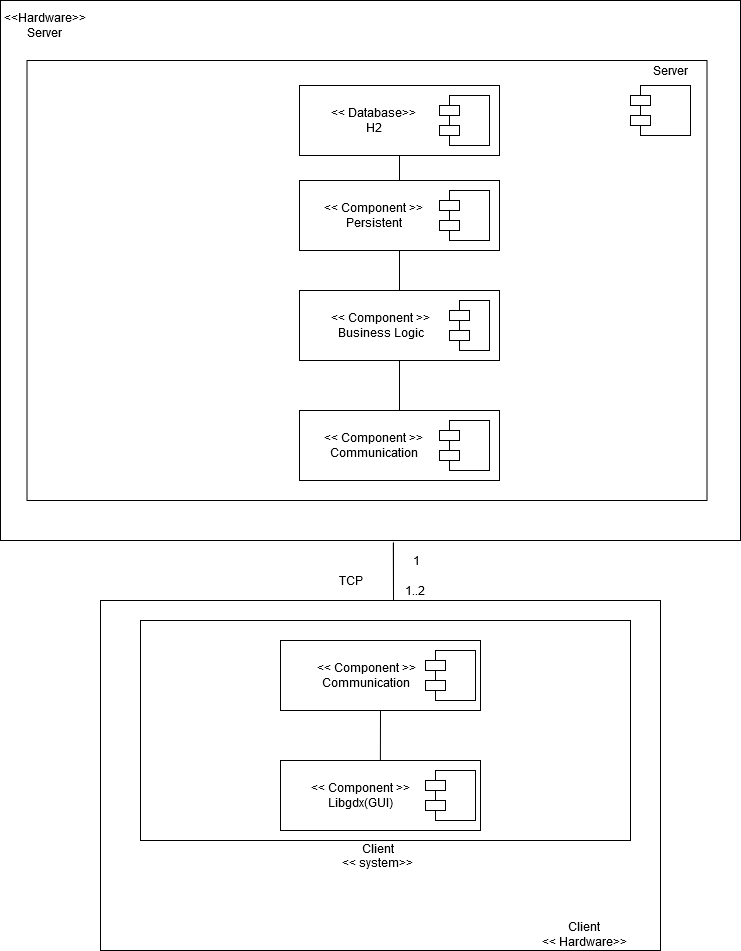
The draw.io diagram Ausfuehrungsicht_Diagram.png in ksreyr/SpaceStudio, before a commit. Source tidied: cells renumbered, new cells last; positions are measured from the earlier drawing's top-left corner, leaving out a move shared by most shapes.
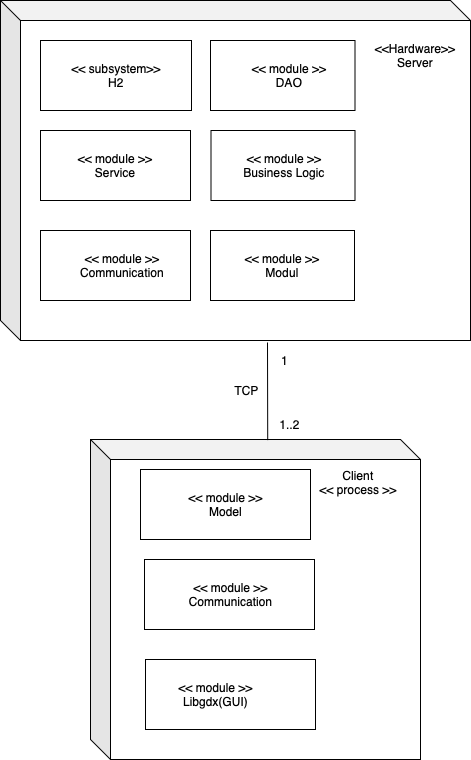
Later version of the same file.

Commit message:
update Ausführungssiht_Diagram

The edit, as a diff of the source:
```diff
@@ -2,160 +2,97 @@
   <root>
     <mxCell id="0" />
     <mxCell id="1" parent="0" />
-    <mxCell id="2" style="rounded=0;whiteSpace=wrap;html=1;" parent="1" vertex="1">
-      <mxGeometry width="740" height="540" as="geometry" />
-    </mxCell>
-    <mxCell id="3" style="rounded=0;whiteSpace=wrap;html=1;" parent="1" vertex="1">
-      <mxGeometry x="100" y="600" width="560" height="350" as="geometry" />
-    </mxCell>
-    <mxCell id="4" style="rounded=0;orthogonalLoop=1;jettySize=auto;html=1;endArrow=halfCircle;endFill=0;endSize=6;strokeWidth=1;" parent="1" edge="1">
-      <mxGeometry relative="1" as="geometry">
-        <mxPoint x="380" y="25" as="sourcePoint" />
-        <mxPoint x="380" y="25" as="targetPoint" />
-      </mxGeometry>
-    </mxCell>
-    <mxCell id="5" style="rounded=0;whiteSpace=wrap;html=1;" parent="1" vertex="1">
-      <mxGeometry x="26.5" y="60" width="680" height="440" as="geometry" />
-    </mxCell>
-    <mxCell id="6" style="shape=module;align=left;spacingLeft=20;align=center;verticalAlign=top;" parent="1" vertex="1">
-      <mxGeometry x="630" y="85" width="60" height="50" as="geometry" />
-    </mxCell>
-    <mxCell id="7" value="Server" style="text;html=1;strokeColor=none;fillColor=none;align=center;verticalAlign=middle;whiteSpace=wrap;rounded=0;" parent="1" vertex="1">
-      <mxGeometry x="650" y="60" width="40" height="20" as="geometry" />
-    </mxCell>
-    <mxCell id="8" style="rounded=0;whiteSpace=wrap;html=1;" parent="1" vertex="1">
-      <mxGeometry x="140" y="620" width="490" height="220" as="geometry" />
-    </mxCell>
-    <mxCell id="9" style="endArrow=none;html=1;exitX=0.531;exitY=1.004;exitDx=0;exitDy=0;exitPerimeter=0;" parent="1" edge="1" source="2">
-      <mxGeometry relative="1" as="geometry">
-        <mxPoint x="393" y="600" as="targetPoint" />
-      </mxGeometry>
-    </mxCell>
-    <mxCell id="10" value="Client&lt;br&gt;&amp;lt;&amp;lt; system&amp;gt;&amp;gt;&lt;br&gt;&lt;div&gt;&lt;br&gt;&lt;/div&gt;&lt;div&gt;&lt;br&gt;&lt;/div&gt;" style="text;html=1;strokeColor=none;fillColor=none;align=center;verticalAlign=middle;whiteSpace=wrap;rounded=0;" parent="1" vertex="1">
-      <mxGeometry x="330" y="860" width="96" height="20" as="geometry" />
-    </mxCell>
-    <mxCell id="11" style="rounded=0;whiteSpace=wrap;html=1;" parent="1" vertex="1">
-      <mxGeometry x="299" y="180" width="200" height="70" as="geometry" />
-    </mxCell>
-    <mxCell id="12" style="shape=module;align=left;spacingLeft=20;align=center;verticalAlign=top;" parent="1" vertex="1">
-      <mxGeometry x="439" y="190" width="50" height="50" as="geometry" />
-    </mxCell>
-    <mxCell id="13" style="rounded=0;whiteSpace=wrap;html=1;" parent="1" vertex="1">
-      <mxGeometry x="299" y="290" width="200" height="70" as="geometry" />
-    </mxCell>
-    <mxCell id="14" style="shape=module;align=left;spacingLeft=20;align=center;verticalAlign=top;" parent="1" vertex="1">
-      <mxGeometry x="449" y="300" width="40" height="50" as="geometry" />
-    </mxCell>
-    <mxCell id="15" value="&amp;lt;&amp;lt; Component &amp;gt;&amp;gt;&lt;br&gt;Business Logic" style="text;html=1;strokeColor=none;fillColor=none;align=center;verticalAlign=middle;whiteSpace=wrap;rounded=0;" parent="1" vertex="1">
-      <mxGeometry x="323" y="309" width="116" height="32" as="geometry" />
-    </mxCell>
-    <mxCell id="16" style="rounded=0;orthogonalLoop=1;jettySize=auto;html=1;endArrow=halfCircle;endFill=0;endSize=6;strokeWidth=1;exitX=0.5;exitY=0;exitDx=0;exitDy=0;" parent="1" edge="1">
-      <mxGeometry relative="1" as="geometry">
-        <mxPoint x="380" y="240" as="sourcePoint" />
-        <mxPoint x="380" y="240" as="targetPoint" />
-      </mxGeometry>
-    </mxCell>
-    <mxCell id="17" value="&amp;lt;&amp;lt; Component &amp;gt;&amp;gt;&lt;br&gt;Persistent" style="text;html=1;strokeColor=none;fillColor=none;align=center;verticalAlign=middle;whiteSpace=wrap;rounded=0;" parent="1" vertex="1">
-      <mxGeometry x="319" y="190" width="110" height="50" as="geometry" />
-    </mxCell>
+    <mxCell id="43" style="shape=cube;whiteSpace=wrap;html=1;boundedLbl=1;backgroundOutline=1;darkOpacity=0.05;darkOpacity2=0.1;" parent="1" vertex="1">
+      <mxGeometry x="240" y="1519" width="330" height="320" as="geometry" />
+    </mxCell>
+    <mxCell id="44" style="shape=cube;whiteSpace=wrap;html=1;boundedLbl=1;backgroundOutline=1;darkOpacity=0.05;darkOpacity2=0.1;" parent="1" vertex="1">
+      <mxGeometry x="150" y="1080" width="470" height="340" as="geometry" />
+    </mxCell>
+    <mxCell id="45" style="rounded=0;orthogonalLoop=1;jettySize=auto;html=1;endArrow=halfCircle;endFill=0;endSize=6;strokeWidth=1;" parent="1" edge="1">
+      <mxGeometry relative="1" as="geometry">
+        <mxPoint x="540" y="1325" as="sourcePoint" />
+        <mxPoint x="540" y="1325" as="targetPoint" />
+      </mxGeometry>
+    </mxCell>
+    <mxCell id="46" style="endArrow=none;html=1;entryX=0.537;entryY=0.002;entryDx=0;entryDy=0;entryPerimeter=0;" parent="1" edge="1" target="43">
+      <mxGeometry relative="1" as="geometry">
+        <mxPoint x="417" y="1422" as="sourcePoint" />
+      </mxGeometry>
+    </mxCell>
+    <mxCell id="47" style="rounded=0;whiteSpace=wrap;html=1;" parent="1" vertex="1">
+      <mxGeometry x="360" y="1120" width="144.5" height="70" as="geometry" />
+    </mxCell>
+    <mxCell id="48" style="rounded=0;whiteSpace=wrap;html=1;" parent="1" vertex="1">
+      <mxGeometry x="190" y="1210" width="150" height="70" as="geometry" />
+    </mxCell>
+    <mxCell id="49" value="&amp;lt;&amp;lt; module &amp;gt;&amp;gt;&lt;br&gt;Service" style="text;html=1;strokeColor=none;fillColor=none;align=center;verticalAlign=middle;whiteSpace=wrap;rounded=0;" parent="1" vertex="1">
+      <mxGeometry x="206.5" y="1229" width="116" height="32" as="geometry" />
+    </mxCell>
+    <mxCell id="50" style="rounded=0;orthogonalLoop=1;jettySize=auto;html=1;endArrow=halfCircle;endFill=0;endSize=6;strokeWidth=1;exitX=0.5;exitY=0;exitDx=0;exitDy=0;" parent="1" edge="1">
+      <mxGeometry relative="1" as="geometry">
+        <mxPoint x="500" y="1529" as="sourcePoint" />
+        <mxPoint x="500" y="1529" as="targetPoint" />
+      </mxGeometry>
+    </mxCell>
+    <mxCell id="51" value="&amp;lt;&amp;lt; module &amp;gt;&amp;gt;&lt;br&gt;DAO" style="text;html=1;strokeColor=none;fillColor=none;align=center;verticalAlign=middle;whiteSpace=wrap;rounded=0;" parent="1" vertex="1">
+      <mxGeometry x="383.5" y="1130" width="110" height="50" as="geometry" />
+    </mxCell>
     <mxCell id="18" value="1" style="text;html=1;align=center;verticalAlign=middle;" parent="1" vertex="1">
-      <mxGeometry x="406" y="550" width="20" height="20" as="geometry" />
+      <mxGeometry x="424" y="1430" width="20" height="20" as="geometry" />
     </mxCell>
     <mxCell id="19" value="1..2" style="text;html=1;align=center;verticalAlign=middle;" parent="1" vertex="1">
-      <mxGeometry x="394" y="580" width="40" height="20" as="geometry" />
+      <mxGeometry x="418.5" y="1494" width="40" height="20" as="geometry" />
     </mxCell>
-    <mxCell id="20" style="rounded=0;whiteSpace=wrap;html=1;" parent="1" vertex="1">
-      <mxGeometry x="280" y="760" width="200" height="70" as="geometry" />
-    </mxCell>
-    <mxCell id="21" style="shape=module;align=left;spacingLeft=20;align=center;verticalAlign=top;" parent="1" vertex="1">
-      <mxGeometry x="425" y="770" width="50" height="50" as="geometry" />
-    </mxCell>
-    <mxCell id="22" value="&amp;lt;&amp;lt; Component &amp;gt;&amp;gt;&lt;br&gt;Libgdx(GUI)" style="text;html=1;strokeColor=none;fillColor=none;align=center;verticalAlign=middle;whiteSpace=wrap;rounded=0;" parent="1" vertex="1">
-      <mxGeometry x="293" y="770" width="135" height="50" as="geometry" />
-    </mxCell>
-    <mxCell id="23" style="rounded=0;whiteSpace=wrap;html=1;" parent="1" vertex="1">
-      <mxGeometry x="280" y="640" width="200" height="70" as="geometry" />
-    </mxCell>
-    <mxCell id="24" style="shape=module;align=left;spacingLeft=20;align=center;verticalAlign=top;" parent="1" vertex="1">
-      <mxGeometry x="425" y="650" width="50" height="50" as="geometry" />
-    </mxCell>
-    <mxCell id="25" value="&amp;lt;&amp;lt; Component &amp;gt;&amp;gt;&lt;br&gt;&lt;div&gt;Communication&lt;/div&gt;" style="text;html=1;strokeColor=none;fillColor=none;align=center;verticalAlign=middle;whiteSpace=wrap;rounded=0;" parent="1" vertex="1">
-      <mxGeometry x="299" y="650" width="135" height="50" as="geometry" />
-    </mxCell>
-    <mxCell id="26" style="endArrow=none;html=1;entryX=0;entryY=0.95;entryDx=0;entryDy=0;entryPerimeter=0;" parent="1" edge="1">
-      <mxGeometry relative="1" as="geometry">
-        <mxPoint x="380" y="710" as="sourcePoint" />
-        <mxPoint x="379.9" y="760" as="targetPoint" />
-      </mxGeometry>
-    </mxCell>
+    <mxCell id="52" style="rounded=0;whiteSpace=wrap;html=1;" parent="1" vertex="1">
+      <mxGeometry x="295" y="1739" width="170" height="70" as="geometry" />
+    </mxCell>
+    <mxCell id="53" value="&amp;lt;&amp;lt; module &amp;gt;&amp;gt;&lt;br&gt;Libgdx(GUI)" style="text;html=1;strokeColor=none;fillColor=none;align=center;verticalAlign=middle;whiteSpace=wrap;rounded=0;" parent="1" vertex="1">
+      <mxGeometry x="298" y="1749" width="135" height="50" as="geometry" />
+    </mxCell>
+    <mxCell id="54" style="rounded=0;whiteSpace=wrap;html=1;" parent="1" vertex="1">
+      <mxGeometry x="294" y="1639" width="170" height="70" as="geometry" />
+    </mxCell>
+    <mxCell id="55" value="&amp;lt;&amp;lt; module &amp;gt;&amp;gt;&lt;br&gt;&lt;div&gt;Communication&lt;/div&gt;" style="text;html=1;strokeColor=none;fillColor=none;align=center;verticalAlign=middle;whiteSpace=wrap;rounded=0;" parent="1" vertex="1">
+      <mxGeometry x="313" y="1649" width="135" height="50" as="geometry" />
+    </mxCell>
     <mxCell id="27" value="&lt;div&gt;TCP&lt;/div&gt;" style="text;html=1;align=center;verticalAlign=middle;" parent="1" vertex="1">
-      <mxGeometry x="330" y="570" width="40" height="20" as="geometry" />
+      <mxGeometry x="376" y="1460" width="40" height="20" as="geometry" />
     </mxCell>
-    <mxCell id="28" value="Client&lt;br&gt;&amp;lt;&amp;lt; Hardware&amp;gt;&amp;gt;" style="text;html=1;strokeColor=none;fillColor=none;align=center;verticalAlign=middle;whiteSpace=wrap;rounded=0;" parent="1" vertex="1">
-      <mxGeometry x="539" y="919" width="91" height="30" as="geometry" />
-    </mxCell>
-    <mxCell id="29" style="rounded=0;whiteSpace=wrap;html=1;" parent="1" vertex="1">
-      <mxGeometry x="299" y="410" width="200" height="70" as="geometry" />
-    </mxCell>
-    <mxCell id="30" style="shape=module;align=left;spacingLeft=20;align=center;verticalAlign=top;" parent="1" vertex="1">
-      <mxGeometry x="439" y="420" width="50" height="50" as="geometry" />
-    </mxCell>
-    <mxCell id="31" value="&amp;lt;&amp;lt; Component &amp;gt;&amp;gt;&lt;br&gt;Communication" style="text;html=1;strokeColor=none;fillColor=none;align=center;verticalAlign=middle;whiteSpace=wrap;rounded=0;" parent="1" vertex="1">
-      <mxGeometry x="319" y="420" width="110" height="50" as="geometry" />
-    </mxCell>
-    <mxCell id="32" style="rounded=0;whiteSpace=wrap;html=1;" parent="1" vertex="1">
-      <mxGeometry x="299" y="85" width="200" height="70" as="geometry" />
-    </mxCell>
-    <mxCell id="33" style="shape=module;align=left;spacingLeft=20;align=center;verticalAlign=top;" parent="1" vertex="1">
-      <mxGeometry x="439" y="95" width="50" height="50" as="geometry" />
-    </mxCell>
-    <mxCell id="34" value="&amp;lt;&amp;lt; Database&amp;gt;&amp;gt;&lt;br&gt;H2" style="text;html=1;strokeColor=none;fillColor=none;align=center;verticalAlign=middle;whiteSpace=wrap;rounded=0;" parent="1" vertex="1">
-      <mxGeometry x="319" y="95" width="110" height="50" as="geometry" />
-    </mxCell>
+    <mxCell id="56" style="rounded=0;whiteSpace=wrap;html=1;" parent="1" vertex="1">
+      <mxGeometry x="190" y="1310" width="150" height="70" as="geometry" />
+    </mxCell>
+    <mxCell id="57" value="&amp;lt;&amp;lt; module &amp;gt;&amp;gt;&lt;br&gt;Communication" style="text;html=1;strokeColor=none;fillColor=none;align=center;verticalAlign=middle;whiteSpace=wrap;rounded=0;" parent="1" vertex="1">
+      <mxGeometry x="216.5" y="1320" width="110" height="50" as="geometry" />
+    </mxCell>
+    <mxCell id="58" style="rounded=0;whiteSpace=wrap;html=1;" parent="1" vertex="1">
+      <mxGeometry x="190" y="1120" width="151" height="70" as="geometry" />
+    </mxCell>
+    <mxCell id="59" value="&amp;lt;&amp;lt; subsystem&amp;gt;&amp;gt;&lt;br&gt;H2" style="text;html=1;strokeColor=none;fillColor=none;align=center;verticalAlign=middle;whiteSpace=wrap;rounded=0;" parent="1" vertex="1">
+      <mxGeometry x="210.5" y="1130" width="110" height="50" as="geometry" />
+    </mxCell>
     <mxCell id="35" value="&lt;div&gt;&amp;lt;&amp;lt;Hardware&amp;gt;&amp;gt;&lt;/div&gt;&lt;div&gt;Server&lt;br&gt;&lt;/div&gt;" style="text;html=1;strokeColor=none;fillColor=none;align=center;verticalAlign=middle;whiteSpace=wrap;rounded=0;" parent="1" vertex="1">
-      <mxGeometry width="90" height="50" as="geometry" />
+      <mxGeometry x="520" y="1110" width="90" height="50" as="geometry" />
     </mxCell>
-    <mxCell id="36" style="endArrow=none;html=1;exitX=0.531;exitY=1.004;exitDx=0;exitDy=0;exitPerimeter=0;" parent="1" edge="1">
-      <mxGeometry relative="1" as="geometry">
-        <mxPoint x="392.9" y="542.2" as="sourcePoint" />
-        <mxPoint x="393" y="600" as="targetPoint" />
-      </mxGeometry>
-    </mxCell>
-    <mxCell id="37" style="endArrow=none;html=1;exitX=0.531;exitY=1.004;exitDx=0;exitDy=0;exitPerimeter=0;" parent="1" edge="1">
-      <mxGeometry relative="1" as="geometry">
-        <mxPoint x="392.9" y="542.2" as="sourcePoint" />
-        <mxPoint x="393" y="600" as="targetPoint" />
-      </mxGeometry>
-    </mxCell>
-    <mxCell id="38" style="endArrow=none;html=1;exitX=0.5;exitY=0;exitDx=0;exitDy=0;entryX=0.5;entryY=1;entryDx=0;entryDy=0;" parent="1" edge="1" source="13" target="11">
-      <mxGeometry relative="1" as="geometry" />
-    </mxCell>
-    <mxCell id="39" style="endArrow=none;html=1;exitX=0.5;exitY=0;exitDx=0;exitDy=0;entryX=0.5;entryY=1;entryDx=0;entryDy=0;" parent="1" edge="1">
-      <mxGeometry relative="1" as="geometry">
-        <mxPoint x="399" y="290" as="sourcePoint" />
-        <mxPoint x="399" y="250" as="targetPoint" />
-        <Array as="points">
-          <mxPoint x="399" y="270" />
-        </Array>
-      </mxGeometry>
-    </mxCell>
-    <mxCell id="40" style="endArrow=none;html=1;exitX=0.5;exitY=0;exitDx=0;exitDy=0;entryX=0.5;entryY=1;entryDx=0;entryDy=0;" parent="1" edge="1">
-      <mxGeometry relative="1" as="geometry">
-        <mxPoint x="399" y="290" as="sourcePoint" />
-        <mxPoint x="399" y="250" as="targetPoint" />
-        <Array as="points">
-          <mxPoint x="399" y="270" />
-        </Array>
-      </mxGeometry>
-    </mxCell>
-    <mxCell id="41" style="endArrow=none;html=1;" parent="1" edge="1">
-      <mxGeometry relative="1" as="geometry">
-        <mxPoint x="399" y="180" as="sourcePoint" />
-        <mxPoint x="399" y="155" as="targetPoint" />
-      </mxGeometry>
-    </mxCell>
-    <mxCell id="42" style="endArrow=none;html=1;exitX=0.5;exitY=0;exitDx=0;exitDy=0;" parent="1" edge="1" source="29" target="13">
-      <mxGeometry relative="1" as="geometry" />
-    </mxCell>
+    <mxCell id="60" style="rounded=0;whiteSpace=wrap;html=1;" parent="1" vertex="1">
+      <mxGeometry x="360.5" y="1210" width="144" height="70" as="geometry" />
+    </mxCell>
+    <mxCell id="61" value="&amp;lt;&amp;lt; module &amp;gt;&amp;gt;&lt;br&gt;Business Logic" style="text;html=1;strokeColor=none;fillColor=none;align=center;verticalAlign=middle;whiteSpace=wrap;rounded=0;" parent="1" vertex="1">
+      <mxGeometry x="376" y="1229" width="116" height="32" as="geometry" />
+    </mxCell>
+    <mxCell id="62" value="Client&lt;br&gt;&amp;lt;&amp;lt; process &amp;gt;&amp;gt;&lt;br&gt;&lt;div&gt;&lt;br&gt;&lt;/div&gt;&lt;div&gt;&lt;br&gt;&lt;/div&gt;" style="text;html=1;strokeColor=none;fillColor=none;align=center;verticalAlign=middle;whiteSpace=wrap;rounded=0;" parent="1" vertex="1">
+      <mxGeometry x="460" y="1566" width="96" height="20" as="geometry" />
+    </mxCell>
+    <mxCell id="63" style="rounded=0;whiteSpace=wrap;html=1;" parent="1" vertex="1">
+      <mxGeometry x="360" y="1310" width="144" height="70" as="geometry" />
+    </mxCell>
+    <mxCell id="64" value="&amp;lt;&amp;lt; module &amp;gt;&amp;gt;&lt;br&gt;Modul" style="text;html=1;strokeColor=none;fillColor=none;align=center;verticalAlign=middle;whiteSpace=wrap;rounded=0;" parent="1" vertex="1">
+      <mxGeometry x="373.5" y="1329" width="116" height="32" as="geometry" />
+    </mxCell>
+    <mxCell id="65" style="rounded=0;whiteSpace=wrap;html=1;" parent="1" vertex="1">
+      <mxGeometry x="290" y="1549" width="170" height="70" as="geometry" />
+    </mxCell>
+    <mxCell id="66" value="&amp;lt;&amp;lt; module &amp;gt;&amp;gt;&lt;br&gt;&lt;div&gt;Model&lt;/div&gt;" style="text;html=1;strokeColor=none;fillColor=none;align=center;verticalAlign=middle;whiteSpace=wrap;rounded=0;" parent="1" vertex="1">
+      <mxGeometry x="307.5" y="1559" width="135" height="50" as="geometry" />
+    </mxCell>
   </root>
 </mxGraphModel>
```
